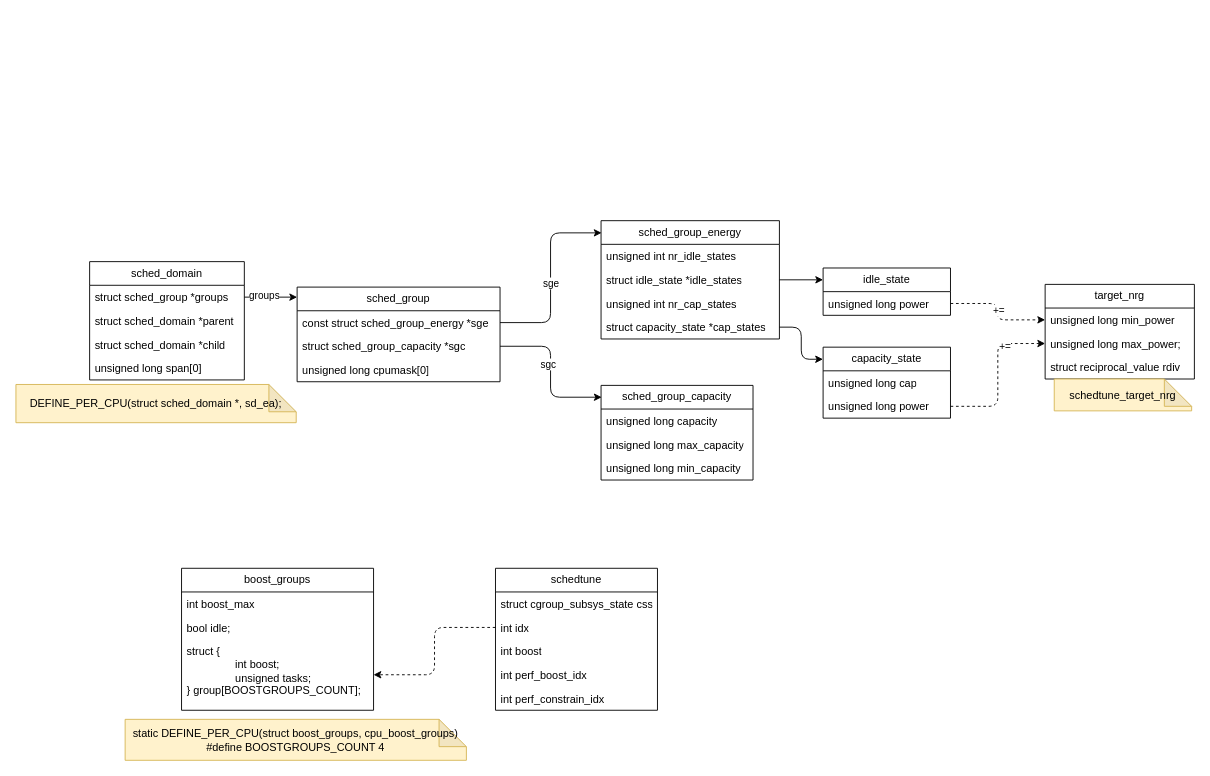
Earlier version of the draw.io diagram schedtune.drawio (jasonactions/graph). Source tidied: cells renumbered, new cells numbered last; positions are measured from the earlier drawing's top-left corner, leaving out a move shared by most shapes. Both pictures are drawn from the tidied source at 91%, with x=0, y=0 at pixel (15, 220).
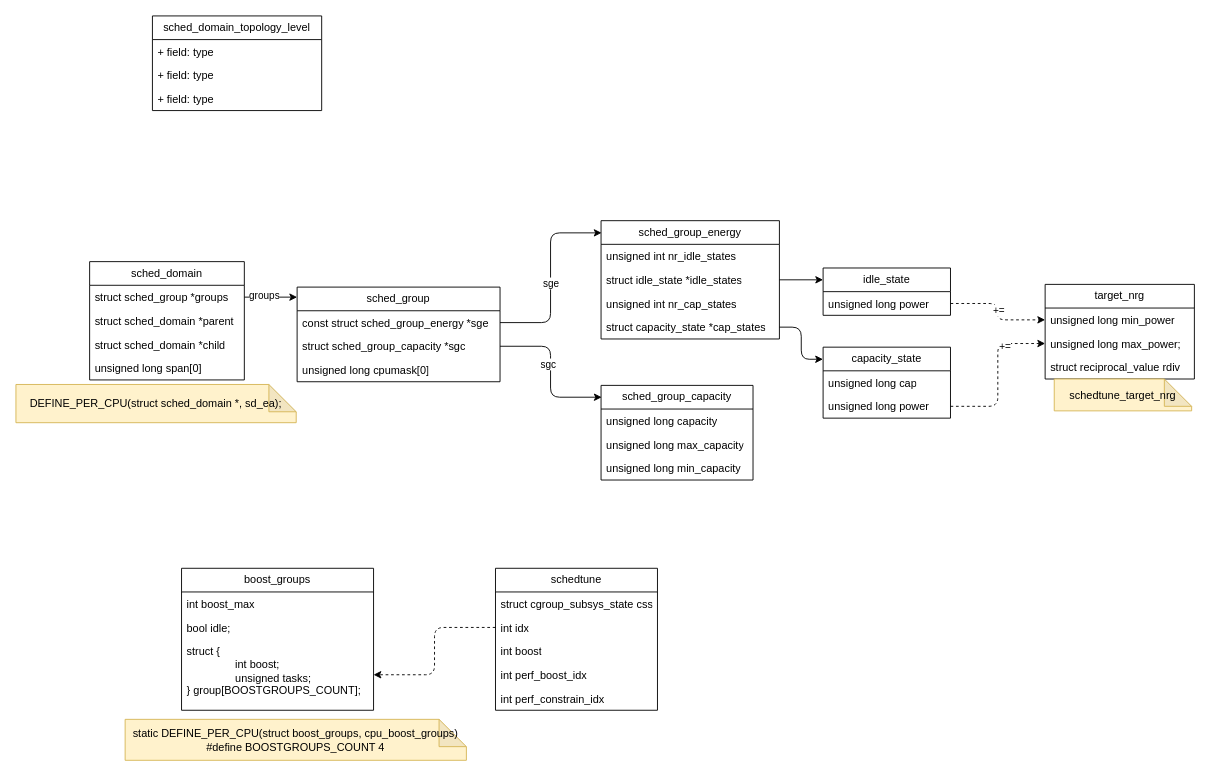
After the change.

The edit, as a diff of the source:
```diff
@@
+    <mxCell id="55" value="sched_domain_topology_level" style="swimlane;fontStyle=0;horizontal=1;startSize=26;fillColor=none;whiteSpace=wrap;html=1;" parent="1" vertex="1">
+      <mxGeometry x="150" y="-225" width="186" height="104" as="geometry" />
+    </mxCell>
+    <mxCell id="56" value="+ field: type" style="text;strokeColor=none;fillColor=none;align=left;verticalAlign=top;spacingLeft=4;spacingRight=4;overflow=hidden;whiteSpace=wrap;html=1;" parent="55" vertex="1">
+      <mxGeometry y="26" width="186" height="26" as="geometry" />
+    </mxCell>
+    <mxCell id="57" value="+ field: type" style="text;strokeColor=none;fillColor=none;align=left;verticalAlign=top;spacingLeft=4;spacingRight=4;overflow=hidden;whiteSpace=wrap;html=1;" parent="55" vertex="1">
+      <mxGeometry y="52" width="186" height="26" as="geometry" />
+    </mxCell>
+    <mxCell id="58" value="+ field: type" style="text;strokeColor=none;fillColor=none;align=left;verticalAlign=top;spacingLeft=4;spacingRight=4;overflow=hidden;whiteSpace=wrap;html=1;" parent="55" vertex="1">
+      <mxGeometry y="78" width="186" height="26" as="geometry" />
+    </mxCell>
```
